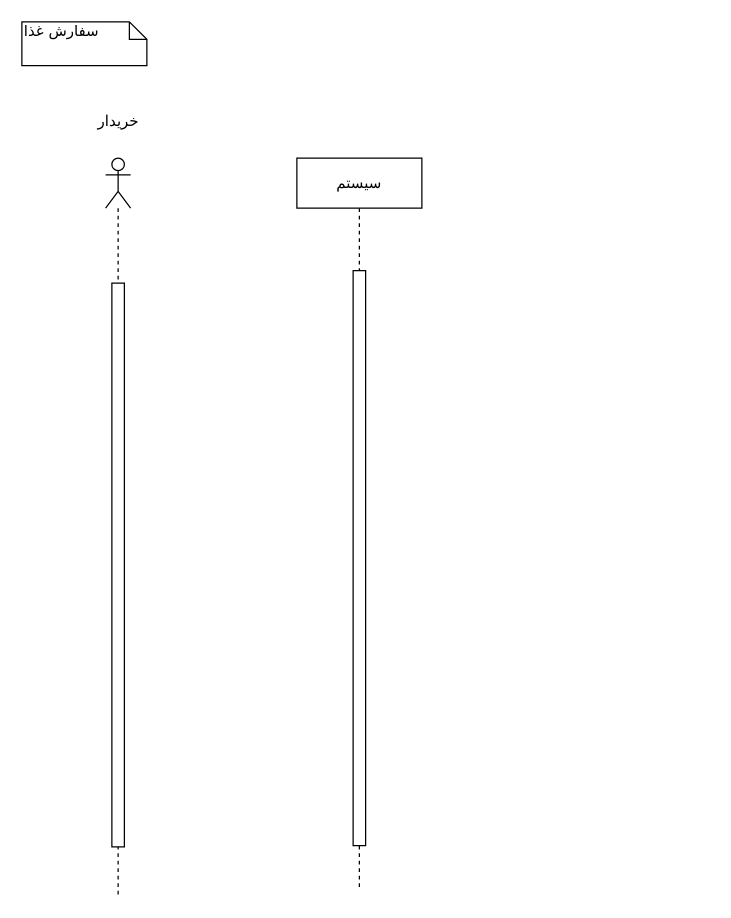
khoramian/TahDig_SoftwareEngineering keeps this draw.io diagram as Untitled food_order.drawio. Above is the earlier version. Source tidied: cells renumbered, new cells numbered last; positions are measured from the earlier drawing's top-left corner, leaving out a move shared by most shapes. Both pictures are drawn from the tidied source at 125%, with x=0, y=0 at pixel (21, 21).
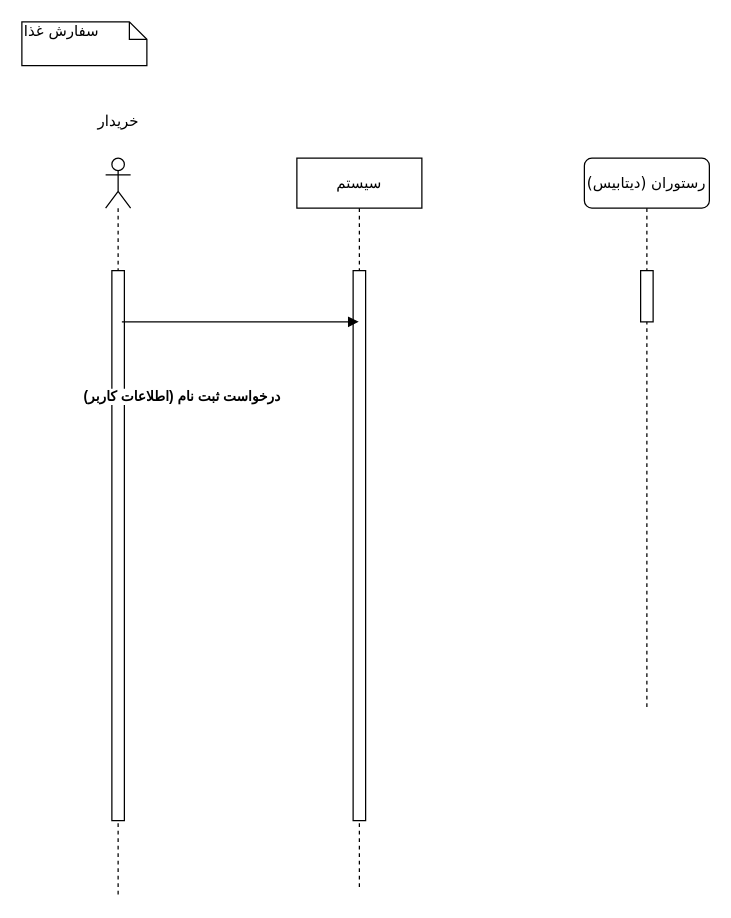
After the change.

The edit, as a diff of the source:
```diff
@@
 <mxGraphModel background="#ffffff">
   <root>
     <mxCell id="0" />
     <mxCell id="1" parent="0" />
     <mxCell id="2" value="سفارش غذا" style="shape=note;whiteSpace=wrap;html=1;size=14;verticalAlign=top;align=left;spacingTop=-6;rounded=0;shadow=0;comic=0;labelBackgroundColor=none;strokeWidth=1;fontFamily=Verdana;fontSize=12;" parent="1" vertex="1">
       <mxGeometry width="100" height="35" as="geometry" />
     </mxCell>
     <mxCell id="3" style="shape=umlLifeline;participant=umlActor;perimeter=lifelinePerimeter;whiteSpace=wrap;html=1;verticalAlign=top;spacingTop=36;" parent="1" vertex="1">
       <mxGeometry x="67" y="109" width="20" height="590" as="geometry" />
     </mxCell>
-    <mxCell id="4" style="html=1;points=[];perimeter=orthogonalPerimeter;rounded=0;shadow=0;comic=0;labelBackgroundColor=none;strokeWidth=1;fontFamily=Verdana;fontSize=12;align=center;" parent="1" vertex="1">
-      <mxGeometry x="72" y="209" width="10" height="451" as="geometry" />
+    <mxCell id="4" style="html=1;points=[];perimeter=orthogonalPerimeter;rounded=0;shadow=0;comic=0;labelBackgroundColor=none;strokeWidth=1;fontFamily=Verdana;fontSize=12;align=center;" parent="3" vertex="1">
+      <mxGeometry x="5" y="90" width="10" height="440" as="geometry" />
     </mxCell>
     <mxCell id="5" value="خریدار" style="text;html=1;align=center;verticalAlign=middle;" parent="1" vertex="1">
       <mxGeometry x="57" y="70" width="40" height="20" as="geometry" />
     </mxCell>
     <mxCell id="6" value="سیستم" style="shape=umlLifeline;perimeter=lifelinePerimeter;whiteSpace=wrap;html=1;outlineConnect=0;" parent="1" vertex="1">
       <mxGeometry x="220" y="109" width="100" height="585" as="geometry" />
     </mxCell>
     <mxCell id="7" style="html=1;perimeter=orthogonalPerimeter;rounded=0;shadow=0;comic=0;labelBackgroundColor=none;strokeWidth=1;fontFamily=Verdana;fontSize=12;align=center;" parent="6" vertex="1">
-      <mxGeometry x="45" y="90" width="10" height="460" as="geometry" />
+      <mxGeometry x="45" y="90" width="10" height="440" as="geometry" />
     </mxCell>
+    <mxCell id="8" value="رستوران (دیتابیس)" style="shape=umlLifeline;perimeter=lifelinePerimeter;whiteSpace=wrap;html=1;rounded=1;shadow=0;comic=0;labelBackgroundColor=none;strokeWidth=1;fontFamily=Verdana;fontSize=12;align=center;" parent="1" vertex="1">
+      <mxGeometry x="450" y="109" width="100" height="440" as="geometry" />
+    </mxCell>
+    <mxCell id="9" style="html=1;perimeter=orthogonalPerimeter;rounded=0;shadow=0;comic=0;labelBackgroundColor=none;strokeWidth=1;fontFamily=Verdana;fontSize=12;align=center;" parent="8" vertex="1">
+      <mxGeometry x="45" y="90" width="10" height="41" as="geometry" />
+    </mxCell>
+    <mxCell id="10" value="&lt;b&gt;(درخواست ثبت نام (اطلاعات کاربر&lt;/b&gt;" style="html=1;verticalAlign=bottom;endArrow=block;exitX=0.8;exitY=0.093;exitDx=0;exitDy=0;exitPerimeter=0;" parent="1" edge="1" source="4" target="6">
+      <mxGeometry x="-0.49" y="-69" relative="1" as="geometry" />
+    </mxCell>
   </root>
 </mxGraphModel>
```
